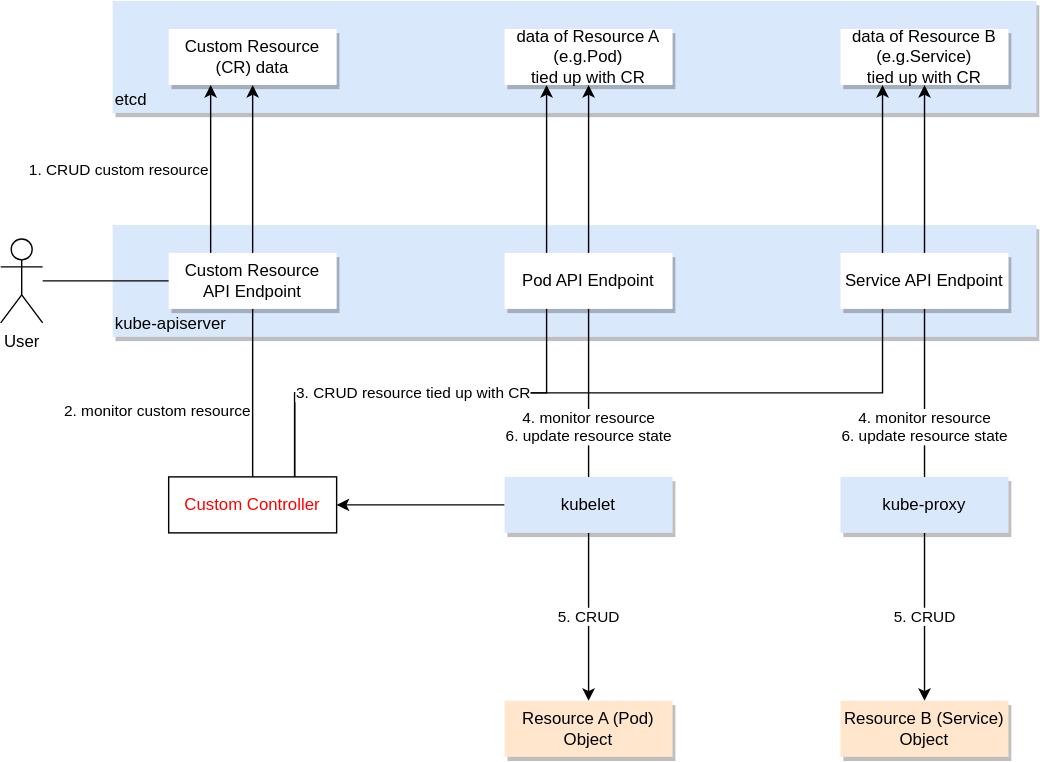
The draw.io diagram Kubernetes/images/custom-controller.drawio.svg in k-makino-jp/sandbox, before a commit. Source tidied: cells renumbered, new cells last; positions are measured from the earlier drawing's top-left corner, leaving out a move shared by most shapes.
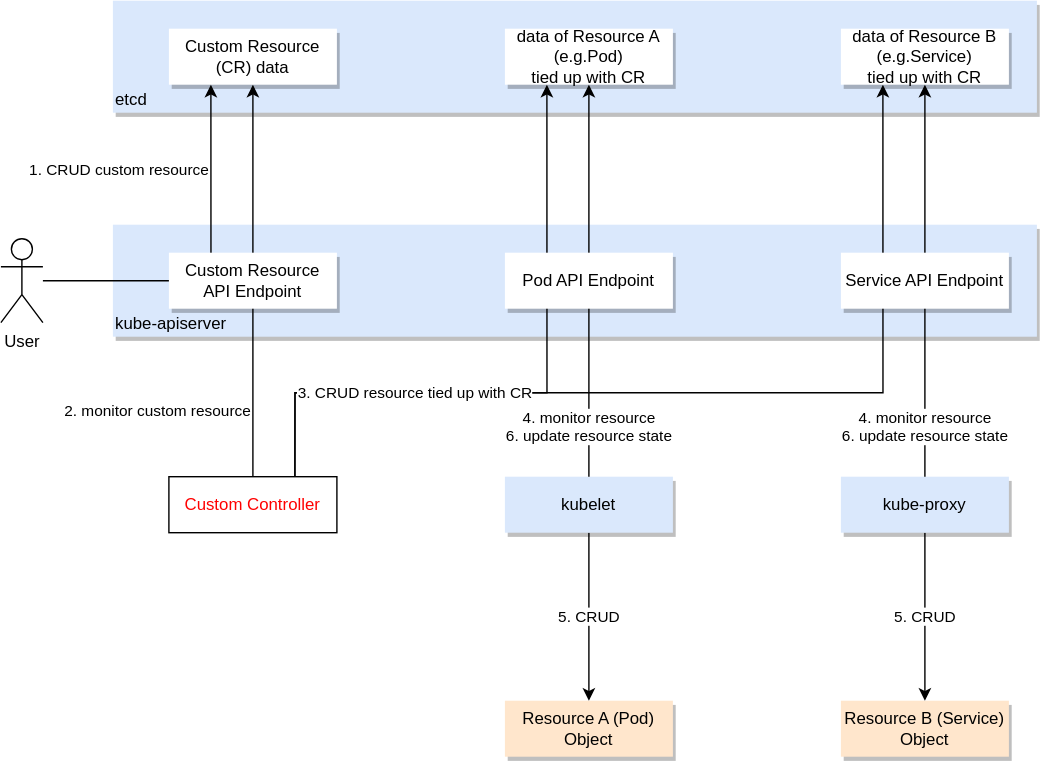
Later version of the same file.

Diff of the diagram source:
```diff
@@ -43,9 +43,6 @@
     <mxCell id="13" value="5. CRUD" style="edgeStyle=orthogonalEdgeStyle;rounded=0;jettySize=auto;html=1;exitX=0.5;exitY=1;exitDx=0;exitDy=0;entryX=0.5;entryY=0;entryDx=0;entryDy=0;align=center;verticalAlign=middle;" parent="1" edge="1" source="15" target="10">
       <mxGeometry relative="1" as="geometry" />
     </mxCell>
-    <mxCell id="14" style="edgeStyle=orthogonalEdgeStyle;rounded=0;jettySize=auto;html=1;align=right;verticalAlign=middle;" parent="1" edge="1" source="15" target="7">
-      <mxGeometry relative="1" as="geometry" />
-    </mxCell>
     <mxCell id="15" value="kubelet" style="rounded=0;whiteSpace=wrap;html=1;fillColor=#dae8fc;shadow=1;strokeColor=none;" parent="1" vertex="1">
       <mxGeometry x="360" y="340" width="120" height="40" as="geometry" />
     </mxCell>
```
